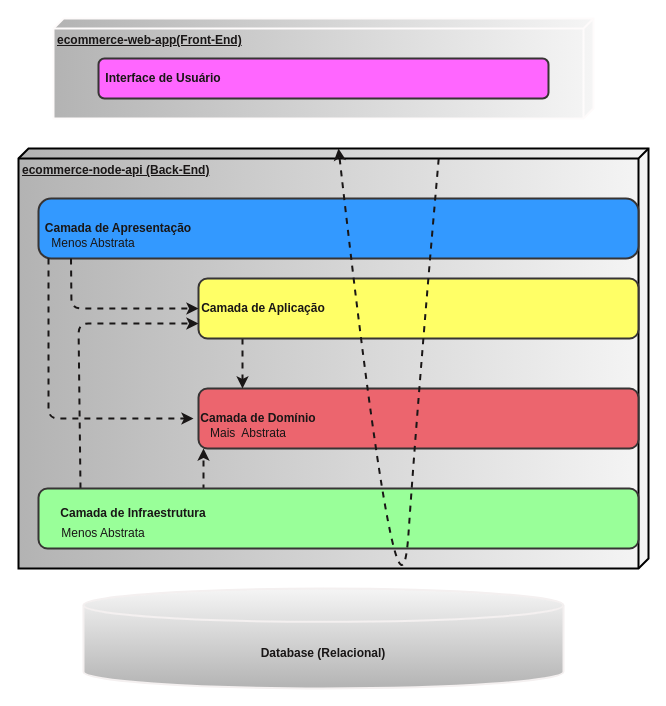
This is page "Arquitetura em Camadas" (1 of 2) of requirements/ecommerce-arquitetura.drawio from AdsonVicente/ecommerce-node-api, a draw.io file, before an edit. Source tidied: cells renumbered, new cells numbered last; positions are measured from the earlier drawing's top-left corner, leaving out a move shared by most shapes. Both pictures are drawn from the tidied source at 100%, with x=0, y=0 at pixel (18, 18).
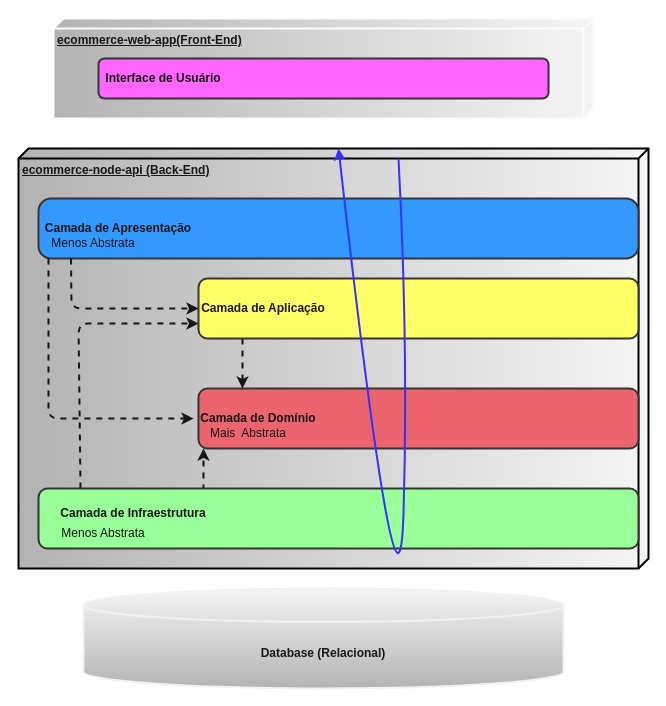
The same page after the edit.

The change refers to these unchanged cells:
```xml
<mxCell id="2" value="ecommerce-node-api (Back-End)" style="verticalAlign=top;align=left;spacingTop=8;spacingLeft=2;spacingRight=12;shape=cube;size=10;direction=south;fontStyle=5;html=1;strokeWidth=2;strokeColor=default;fillColor=#f5f5f5;gradientColor=#b3b3b3;fontColor=#191616;" parent="1" vertex="1">
  <mxGeometry y="130" width="630" height="420" as="geometry" />
</mxCell>
```

Change to the diagram source:
```diff
@@
-    <mxCell id="24" style="curved=1;endArrow=classic;html=1;dashed=1;strokeColor=#191616;strokeWidth=2;fontColor=#191616;exitX=0.024;exitY=0.333;exitDx=0;exitDy=0;exitPerimeter=0;entryX=0;entryY=0;entryDx=0;entryDy=310;entryPerimeter=0;" parent="1" edge="1" source="2" target="2">
+    <mxCell id="24" style="curved=1;endArrow=classic;html=1;strokeColor=#3333FF;strokeWidth=2;fontColor=#191616;entryX=0;entryY=0;entryDx=0;entryDy=310;entryPerimeter=0;" parent="1" edge="1" target="2">
       <mxGeometry relative="1" as="geometry">
+        <mxPoint x="380" y="140" as="sourcePoint" />
         <Array as="points">
-          <mxPoint x="400" y="370" />
+          <mxPoint x="390" y="330" />
           <mxPoint x="380" y="660" />
         </Array>
       </mxGeometry>
     </mxCell>
```
